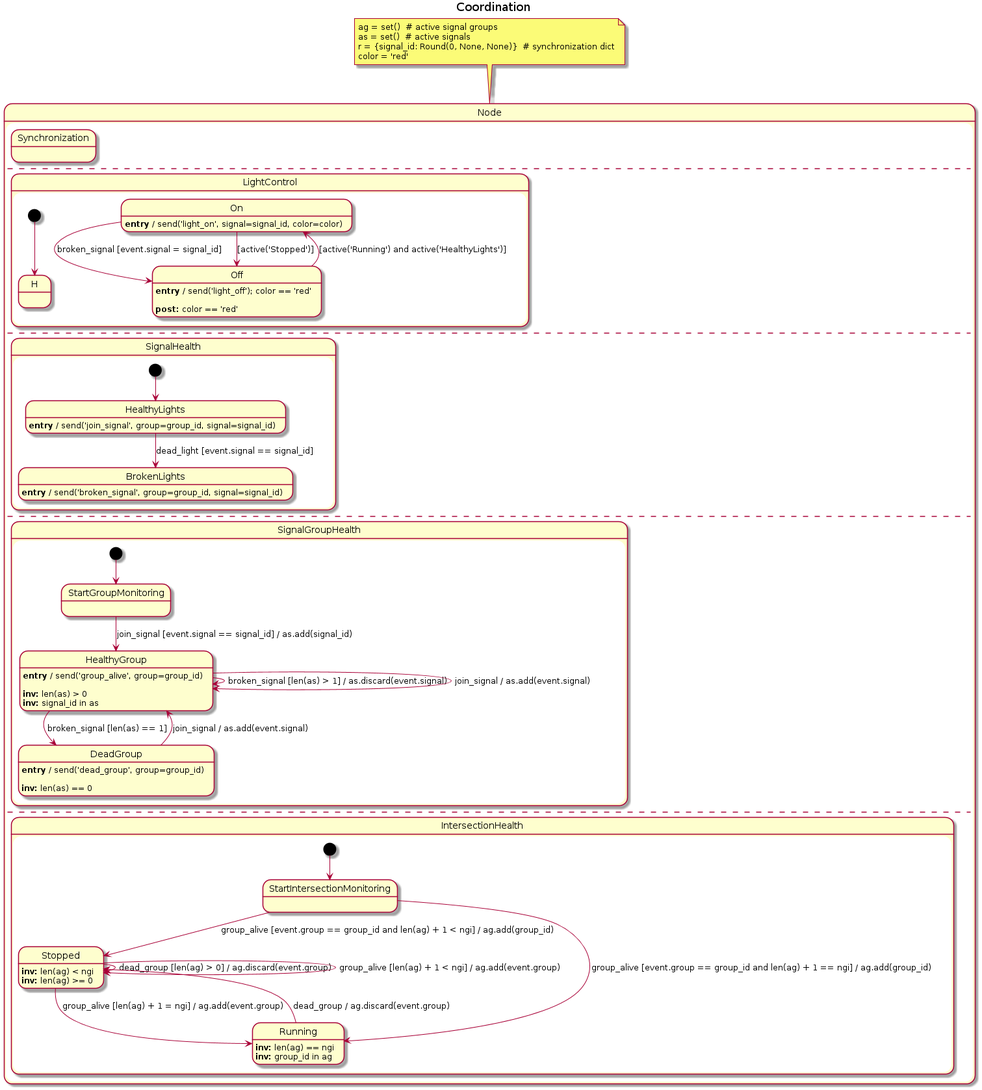
This is siren/coordination/statecharts/coordination.png from Zinoex/siren, a PlantUML export, as it was before one commit. The source it was exported from:
```plantuml
@startuml
title Coordination
note top of Node
  ag = set()  # active signal groups
  as = set()  # active signals
  r = {signal_id: Round(0, None, None)}  # synchronization dict
  color = 'red'
end note
state "Node" as Node {
  state "Synchronization" as Synchronization {
  }
  --
  state "LightControl" as LightControl {
    [*] --> LightHistory
    state "On" as On {
      On : **entry** / send('light_on', signal=signal_id, color=color)
      On --> Off : broken_signal [event.signal = signal_id]
      On --> Off : [active('Stopped')]
    }
    state "Off" as Off {
      Off : **entry** / send('light_off'); color == 'red'
      Off :
      Off : **post:** color == 'red'
      Off --> On : [active('Running') and active('HealthyLights')]
    }
    state "H" as LightHistory {
    }
  }
  --
  state "SignalHealth" as SignalHealth {
    [*] --> HealthyLights
    state "BrokenLights" as BrokenLights {
      BrokenLights : **entry** / send('broken_signal', group=group_id, signal=signal_id)
    }
    state "HealthyLights" as HealthyLights {
      HealthyLights : **entry** / send('join_signal', group=group_id, signal=signal_id)
      HealthyLights --> BrokenLights : dead_light [event.signal == signal_id]
    }
  }
  --
  state "SignalGroupHealth" as SignalGroupHealth {
    [*] --> StartGroupMonitoring
    state "DeadGroup" as DeadGroup {
      DeadGroup : **entry** / send('dead_group', group=group_id)
      DeadGroup :
      DeadGroup : **inv:** len(as) == 0
      DeadGroup --> HealthyGroup : join_signal / as.add(event.signal)
    }
    state "HealthyGroup" as HealthyGroup {
      HealthyGroup : **entry** / send('group_alive', group=group_id)
      HealthyGroup :
      HealthyGroup : **inv:** len(as) > 0
      HealthyGroup : **inv:** signal_id in as
      HealthyGroup --> HealthyGroup : broken_signal [len(as) > 1] / as.discard(event.signal)
      HealthyGroup --> HealthyGroup : join_signal / as.add(event.signal)
      HealthyGroup --> DeadGroup : broken_signal [len(as) == 1]
    }
    state "StartGroupMonitoring" as StartGroupMonitoring {
      StartGroupMonitoring --> HealthyGroup : join_signal [event.signal == signal_id] / as.add(signal_id)
    }
  }
  --
  state "IntersectionHealth" as IntersectionHealth {
    [*] --> StartIntersectionMonitoring
    state "Stopped" as Stopped {
      Stopped : **inv:** len(ag) < ngi
      Stopped : **inv:** len(ag) >= 0
      Stopped --> Stopped : dead_group [len(ag) > 0] / ag.discard(event.group)
      Stopped --> Running : group_alive [len(ag) + 1 = ngi] / ag.add(event.group)
      Stopped --> Stopped : group_alive [len(ag) + 1 < ngi] / ag.add(event.group)
    }
    state "Running" as Running {
      Running : **inv:** len(ag) == ngi
      Running : **inv:** group_id in ag
      Running --> Stopped : dead_group / ag.discard(event.group)
    }
    state "StartIntersectionMonitoring" as StartIntersectionMonitoring {
      StartIntersectionMonitoring --> Running : group_alive [event.group == group_id and len(ag) + 1 == ngi] / ag.add(group_id)
      StartIntersectionMonitoring --> Stopped : group_alive [event.group == group_id and len(ag) + 1 < ngi] / ag.add(group_id)
    }
  }
}
@enduml
```
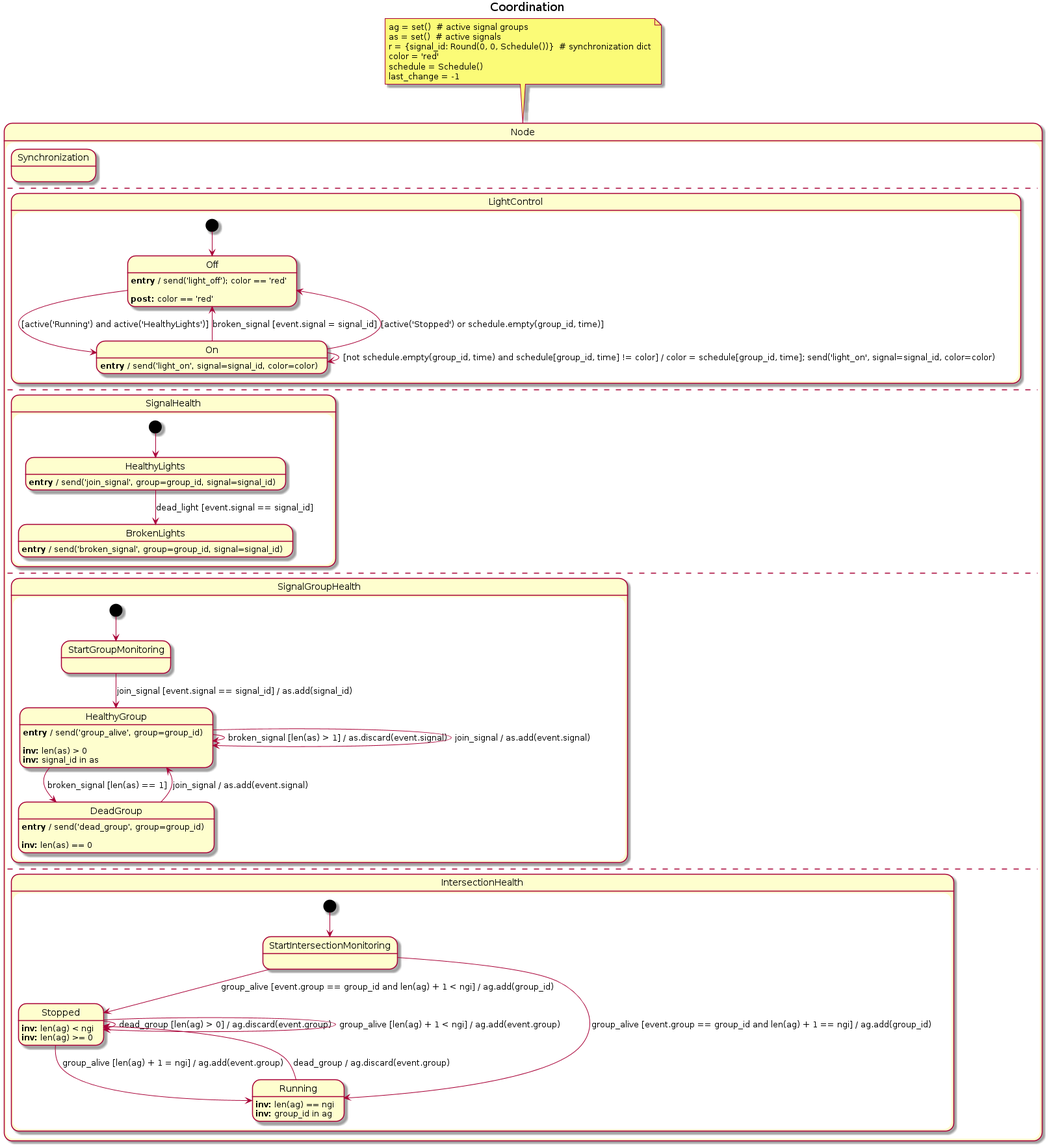
The same file after the commit.

Commit message:
Add schedule stepping to state chart

Change to the diagram source:
```diff
@@ -3,27 +3,28 @@
 note top of Node
   ag = set()  # active signal groups
   as = set()  # active signals
-  r = {signal_id: Round(0, None, None)}  # synchronization dict
+  r = {signal_id: Round(0, 0, Schedule())}  # synchronization dict
   color = 'red'
+  schedule = Schedule()
+  last_change = -1
 end note
 state "Node" as Node {
   state "Synchronization" as Synchronization {
   }
   --
   state "LightControl" as LightControl {
-    [*] --> LightHistory
+    [*] --> Off
     state "On" as On {
       On : **entry** / send('light_on', signal=signal_id, color=color)
       On --> Off : broken_signal [event.signal = signal_id]
-      On --> Off : [active('Stopped')]
+      On --> Off : [active('Stopped') or schedule.empty(group_id, time)]
+      On --> On : [not schedule.empty(group_id, time) and schedule[group_id, time] != color] / color = schedule[group_id, time]; send('light_on', signal=signal_id, color=color)
     }
     state "Off" as Off {
       Off : **entry** / send('light_off'); color == 'red'
       Off :
       Off : **post:** color == 'red'
       Off --> On : [active('Running') and active('HealthyLights')]
-    }
-    state "H" as LightHistory {
     }
   }
   --
```
